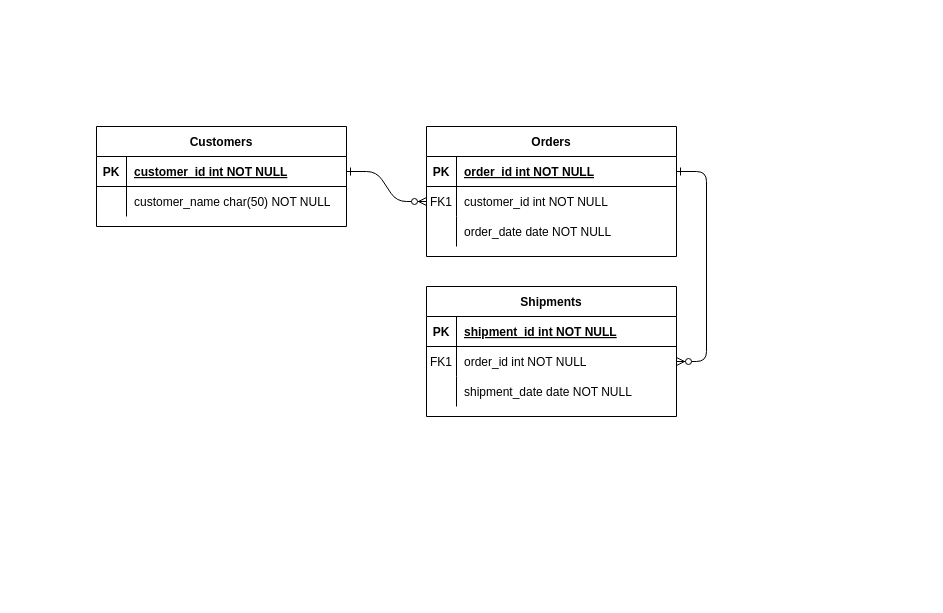
The draw.io diagram Untitled Diagram.drawio in Pratyush0411/Database_CZ2007, before the edit. Source tidied: cells renumbered, new cells numbered last; positions are measured from the earlier drawing's top-left corner, leaving out a move shared by most shapes. Both pictures are drawn from the tidied source at 100%, with x=0, y=0 at pixel (96, 126).
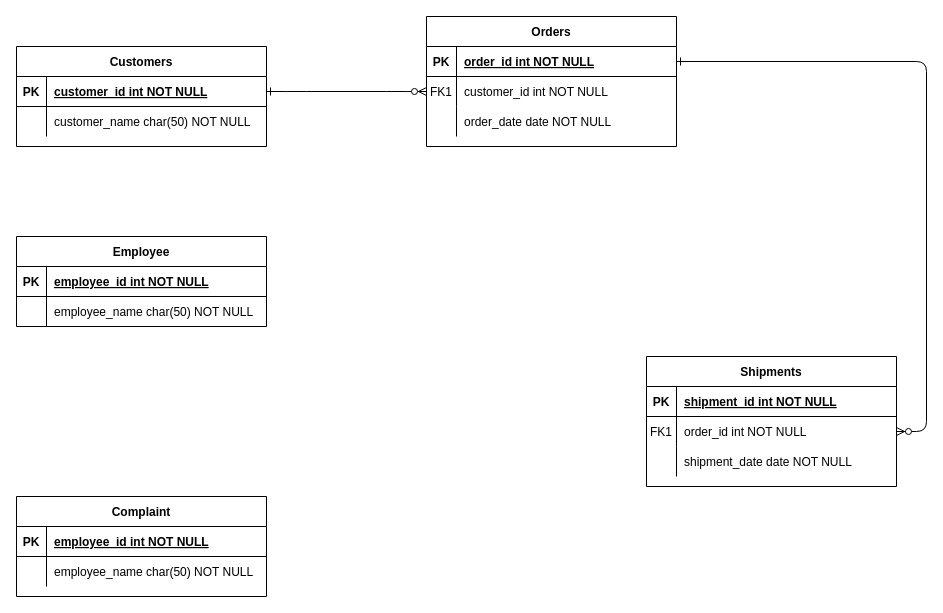
Above is the later version.

The edit, as a diff of the source:
```diff
@@
+    <mxCell id="24" value="Customers" style="shape=table;startSize=30;childLayout=tableLayout;rowLines=0;fontStyle=1;align=center;" parent="1" vertex="1">
+      <mxGeometry x="-80" y="-80" width="250" height="100" as="geometry" />
+    </mxCell>
+    <mxCell id="25" style="shape=partialRectangle;fillColor=none;points=[[0,0.5],[1,0.5]];portConstraint=eastwest;top=0;left=0;right=0;bottom=1;" parent="24" vertex="1">
+      <mxGeometry y="30" width="250" height="30" as="geometry" />
+    </mxCell>
+    <mxCell id="26" value="PK" style="shape=partialRectangle;overflow=hidden;fillColor=none;top=0;left=0;bottom=0;right=0;fontStyle=1;" parent="25" vertex="1">
+      <mxGeometry width="30" height="30" as="geometry" />
+    </mxCell>
+    <mxCell id="27" value="customer_id int NOT NULL " style="shape=partialRectangle;overflow=hidden;fillColor=none;top=0;left=0;bottom=0;right=0;align=left;spacingLeft=6;fontStyle=5;" parent="25" vertex="1">
+      <mxGeometry x="30" width="220" height="30" as="geometry" />
+    </mxCell>
+    <mxCell id="28" style="shape=partialRectangle;fillColor=none;top=0;left=0;right=0;bottom=0;" parent="24" vertex="1">
+      <mxGeometry y="60" width="250" height="30" as="geometry" />
+    </mxCell>
+    <mxCell id="29" style="shape=partialRectangle;overflow=hidden;fillColor=none;top=0;left=0;bottom=0;right=0;" parent="28" vertex="1">
+      <mxGeometry width="30" height="30" as="geometry" />
+    </mxCell>
+    <mxCell id="30" value="customer_name char(50) NOT NULL" style="shape=partialRectangle;overflow=hidden;fillColor=none;top=0;left=0;bottom=0;right=0;align=left;spacingLeft=6;" parent="28" vertex="1">
+      <mxGeometry x="30" width="220" height="30" as="geometry" />
+    </mxCell>
     <mxCell id="4" value="Orders" style="shape=table;startSize=30;childLayout=tableLayout;rowLines=0;fontStyle=1;align=center;" parent="1" vertex="1">
-      <mxGeometry x="330" width="250" height="130" as="geometry" />
+      <mxGeometry x="330" y="-110" width="250" height="130" as="geometry" />
     </mxCell>
@@
+    <mxCell id="31" value="Employee" style="shape=table;startSize=30;childLayout=tableLayout;rowLines=0;fontStyle=1;align=center;" parent="1" vertex="1">
+      <mxGeometry x="-80" y="110" width="250" height="90" as="geometry" />
+    </mxCell>
+    <mxCell id="32" style="shape=partialRectangle;fillColor=none;top=0;left=0;right=0;bottom=1;" parent="31" vertex="1">
+      <mxGeometry y="30" width="250" height="30" as="geometry" />
+    </mxCell>
+    <mxCell id="33" value="PK" style="shape=partialRectangle;overflow=hidden;fillColor=none;top=0;left=0;bottom=0;right=0;fontStyle=1;" parent="32" vertex="1">
+      <mxGeometry width="30" height="30" as="geometry" />
+    </mxCell>
+    <mxCell id="34" value="employee_id int NOT NULL " style="shape=partialRectangle;overflow=hidden;fillColor=none;top=0;left=0;bottom=0;right=0;align=left;spacingLeft=6;fontStyle=5;" parent="32" vertex="1">
+      <mxGeometry x="30" width="220" height="30" as="geometry" />
+    </mxCell>
+    <mxCell id="35" style="shape=partialRectangle;fillColor=none;top=0;left=0;right=0;bottom=0;" parent="31" vertex="1">
+      <mxGeometry y="60" width="250" height="30" as="geometry" />
+    </mxCell>
+    <mxCell id="36" style="shape=partialRectangle;overflow=hidden;fillColor=none;top=0;left=0;bottom=0;right=0;" parent="35" vertex="1">
+      <mxGeometry width="30" height="30" as="geometry" />
+    </mxCell>
+    <mxCell id="37" value="employee_name char(50) NOT NULL" style="shape=partialRectangle;overflow=hidden;fillColor=none;top=0;left=0;bottom=0;right=0;align=left;spacingLeft=6;" parent="35" vertex="1">
+      <mxGeometry x="30" width="220" height="30" as="geometry" />
+    </mxCell>
     <mxCell id="14" value="Shipments" style="shape=table;startSize=30;childLayout=tableLayout;rowLines=0;fontStyle=1;align=center;" parent="1" vertex="1">
-      <mxGeometry x="330" y="160" width="250" height="130" as="geometry" />
+      <mxGeometry x="550" y="230" width="250" height="130" as="geometry" />
     </mxCell>
@@
-    <mxCell id="24" value="Customers" style="shape=table;startSize=30;childLayout=tableLayout;rowLines=0;fontStyle=1;align=center;" parent="1" vertex="1">
-      <mxGeometry width="250" height="100" as="geometry" />
-    </mxCell>
-    <mxCell id="25" style="shape=partialRectangle;fillColor=none;points=[[0,0.5],[1,0.5]];portConstraint=eastwest;top=0;left=0;right=0;bottom=1;" parent="24" vertex="1">
-      <mxGeometry y="30" width="250" height="30" as="geometry" />
-    </mxCell>
-    <mxCell id="26" value="PK" style="shape=partialRectangle;overflow=hidden;fillColor=none;top=0;left=0;bottom=0;right=0;fontStyle=1;" parent="25" vertex="1">
-      <mxGeometry width="30" height="30" as="geometry" />
-    </mxCell>
-    <mxCell id="27" value="customer_id int NOT NULL " style="shape=partialRectangle;overflow=hidden;fillColor=none;top=0;left=0;bottom=0;right=0;align=left;spacingLeft=6;fontStyle=5;" parent="25" vertex="1">
-      <mxGeometry x="30" width="220" height="30" as="geometry" />
-    </mxCell>
-    <mxCell id="28" style="shape=partialRectangle;fillColor=none;top=0;left=0;right=0;bottom=0;" parent="24" vertex="1">
-      <mxGeometry y="60" width="250" height="30" as="geometry" />
-    </mxCell>
-    <mxCell id="29" style="shape=partialRectangle;overflow=hidden;fillColor=none;top=0;left=0;bottom=0;right=0;" parent="28" vertex="1">
-      <mxGeometry width="30" height="30" as="geometry" />
-    </mxCell>
-    <mxCell id="30" value="customer_name char(50) NOT NULL" style="shape=partialRectangle;overflow=hidden;fillColor=none;top=0;left=0;bottom=0;right=0;align=left;spacingLeft=6;" parent="28" vertex="1">
-      <mxGeometry x="30" width="220" height="30" as="geometry" />
-    </mxCell>
+    <mxCell id="38" value="Complaint" style="shape=table;startSize=30;childLayout=tableLayout;rowLines=0;fontStyle=1;align=center;" parent="1" vertex="1">
+      <mxGeometry x="-80" y="370" width="250" height="100" as="geometry" />
+    </mxCell>
+    <mxCell id="39" style="shape=partialRectangle;fillColor=none;top=0;left=0;right=0;bottom=1;" parent="38" vertex="1">
+      <mxGeometry y="30" width="250" height="30" as="geometry" />
+    </mxCell>
+    <mxCell id="40" value="PK" style="shape=partialRectangle;overflow=hidden;fillColor=none;top=0;left=0;bottom=0;right=0;fontStyle=1;" parent="39" vertex="1">
+      <mxGeometry width="30" height="30" as="geometry" />
+    </mxCell>
+    <mxCell id="41" value="employee_id int NOT NULL " style="shape=partialRectangle;overflow=hidden;fillColor=none;top=0;left=0;bottom=0;right=0;align=left;spacingLeft=6;fontStyle=5;" parent="39" vertex="1">
+      <mxGeometry x="30" width="220" height="30" as="geometry" />
+    </mxCell>
+    <mxCell id="42" style="shape=partialRectangle;fillColor=none;top=0;left=0;right=0;bottom=0;" parent="38" vertex="1">
+      <mxGeometry y="60" width="250" height="30" as="geometry" />
+    </mxCell>
+    <mxCell id="43" style="shape=partialRectangle;overflow=hidden;fillColor=none;top=0;left=0;bottom=0;right=0;" parent="42" vertex="1">
+      <mxGeometry width="30" height="30" as="geometry" />
+    </mxCell>
+    <mxCell id="44" value="employee_name char(50) NOT NULL" style="shape=partialRectangle;overflow=hidden;fillColor=none;top=0;left=0;bottom=0;right=0;align=left;spacingLeft=6;" parent="42" vertex="1">
+      <mxGeometry x="30" width="220" height="30" as="geometry" />
+    </mxCell>
```
